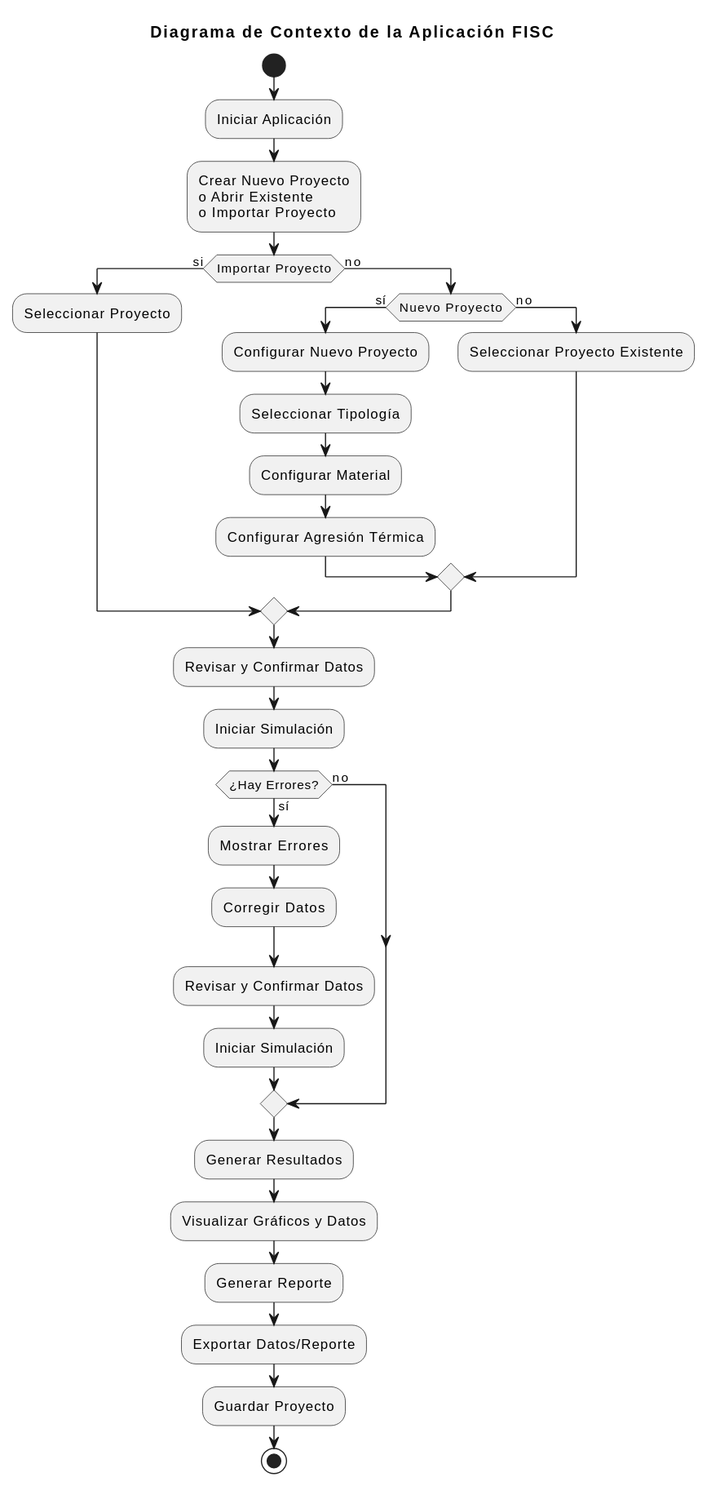
This is imagenes/modelosUML/diagramaContexto.svg from mmasias/23-24-IdSw1-SDR, a PlantUML export, as it was before one commit. The source it was exported from:
```plantuml
@startuml
title Diagrama de Contexto de la Aplicación FISC

start

:Iniciar Aplicación;
:Crear Nuevo Proyecto\no Abrir Existente\no Importar Proyecto;

if (Importar Proyecto) then (si)
    :Seleccionar Proyecto;
else (no)
    if (Nuevo Proyecto) then (sí)
        :Configurar Nuevo Proyecto;
:Seleccionar Tipología;
    :Configurar Material;
    :Configurar Agresión Térmica;
    else (no)
        :Seleccionar Proyecto Existente;
    endif


endif
    :Revisar y Confirmar Datos;
    :Iniciar Simulación;

    if (¿Hay Errores?) then (sí)
        :Mostrar Errores;
        :Corregir Datos;
        :Revisar y Confirmar Datos;
        :Iniciar Simulación;
    else (no)
    endif
    :Generar Resultados;
    :Visualizar Gráficos y Datos;
    :Generar Reporte;
    :Exportar Datos/Reporte;
    :Guardar Proyecto;
    stop
@enduml
```
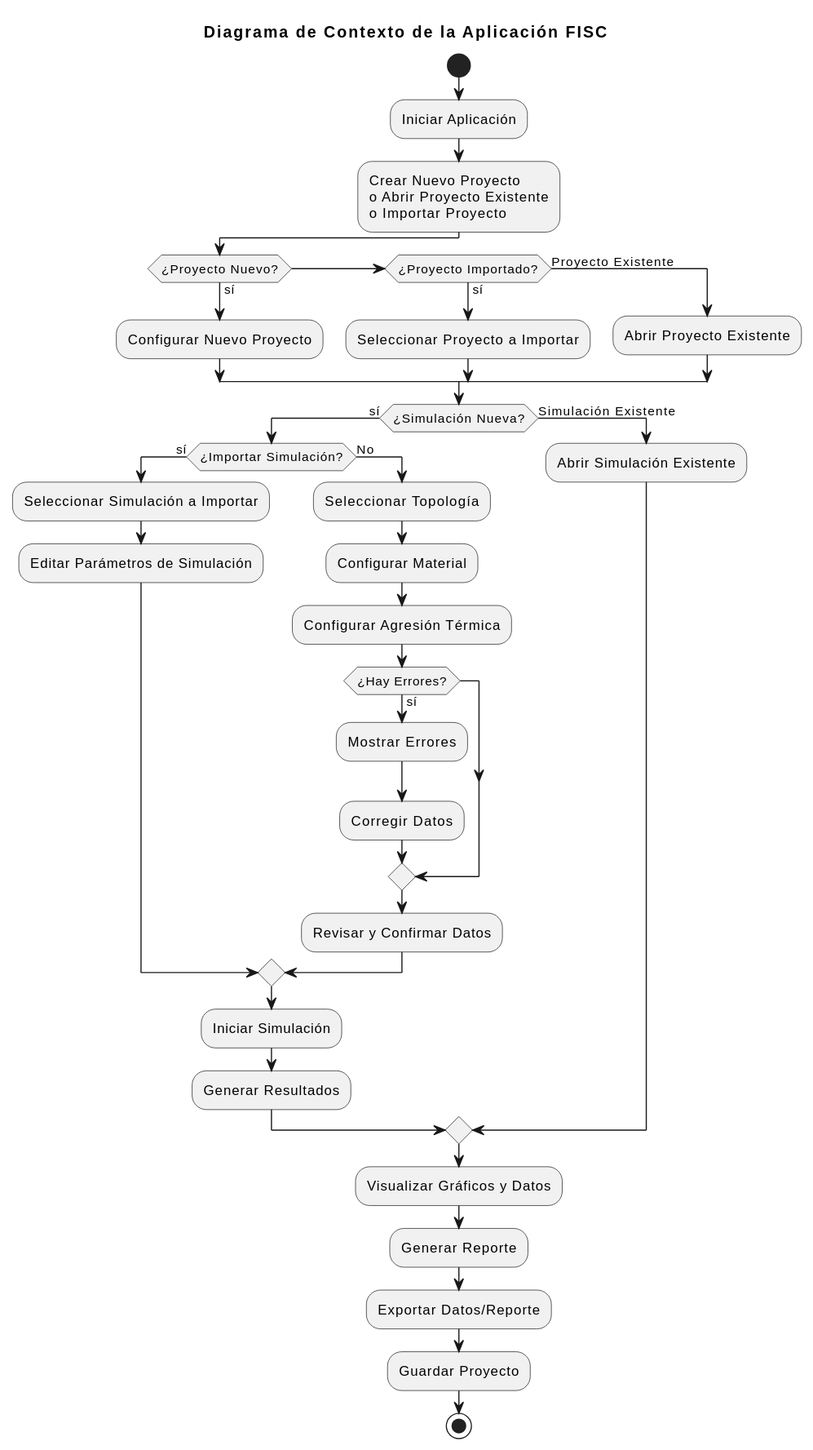
Above is the later version.

Commit message:
diagrama de contexto corregido

Diff of the diagram source:
```diff
@@ -2,38 +2,40 @@
 title Diagrama de Contexto de la Aplicación FISC
 
 start
+:Iniciar Aplicación;
 
-:Iniciar Aplicación;
-:Crear Nuevo Proyecto\no Abrir Existente\no Importar Proyecto;
+:Crear Nuevo Proyecto\no Abrir Proyecto Existente\no Importar Proyecto;
+if (¿Proyecto Nuevo?) then (sí)
+    :Configurar Nuevo Proyecto;
+elseif (¿Proyecto Importado?) then (sí)
+    :Seleccionar Proyecto a Importar;
+else (Proyecto Existente)
+    :Abrir Proyecto Existente;
+endif
 
-if (Importar Proyecto) then (si)
-    :Seleccionar Proyecto;
-else (no)
-    if (Nuevo Proyecto) then (sí)
-        :Configurar Nuevo Proyecto;
-:Seleccionar Tipología;
-    :Configurar Material;
-    :Configurar Agresión Térmica;
-    else (no)
-        :Seleccionar Proyecto Existente;
+if (¿Simulación Nueva?) then (sí)
+    if (¿Importar Simulación?) then (sí)
+        :Seleccionar Simulación a Importar;
+        :Editar Parámetros de Simulación;
+    else (No)
+        :Seleccionar Topología;
+        :Configurar Material;
+        :Configurar Agresión Térmica;
+        if (¿Hay Errores?) then (sí)
+            :Mostrar Errores;
+            :Corregir Datos;
+        endif
+        :Revisar y Confirmar Datos;
     endif
+    :Iniciar Simulación;
+    :Generar Resultados;
+else (Simulación Existente)
+    :Abrir Simulación Existente;
+endif
 
-
-endif
-    :Revisar y Confirmar Datos;
-    :Iniciar Simulación;
-
-    if (¿Hay Errores?) then (sí)
-        :Mostrar Errores;
-        :Corregir Datos;
-        :Revisar y Confirmar Datos;
-        :Iniciar Simulación;
-    else (no)
-    endif
-    :Generar Resultados;
-    :Visualizar Gráficos y Datos;
-    :Generar Reporte;
-    :Exportar Datos/Reporte;
-    :Guardar Proyecto;
-    stop
+:Visualizar Gráficos y Datos;
+:Generar Reporte;
+:Exportar Datos/Reporte;
+:Guardar Proyecto;
+stop
 @enduml
```
